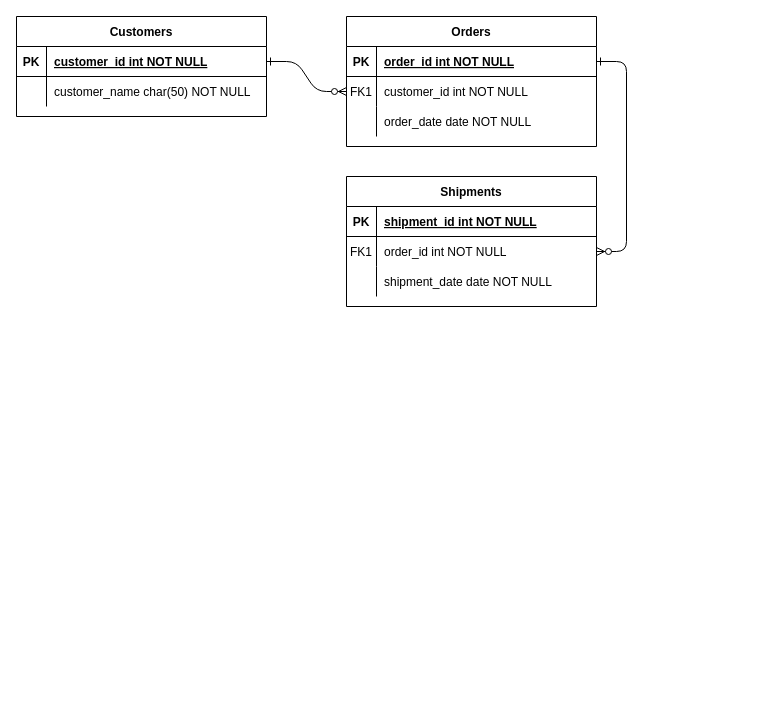
Camburgaler/dark-souls-char-sheet keeps this draw.io diagram as docs/Untitled Diagram.drawio. Above is the earlier version. Source tidied: cells renumbered, new cells numbered last; positions are measured from the earlier drawing's top-left corner, leaving out a move shared by most shapes. Both pictures are drawn from the tidied source at 100%, with x=0, y=0 at pixel (16, 16).
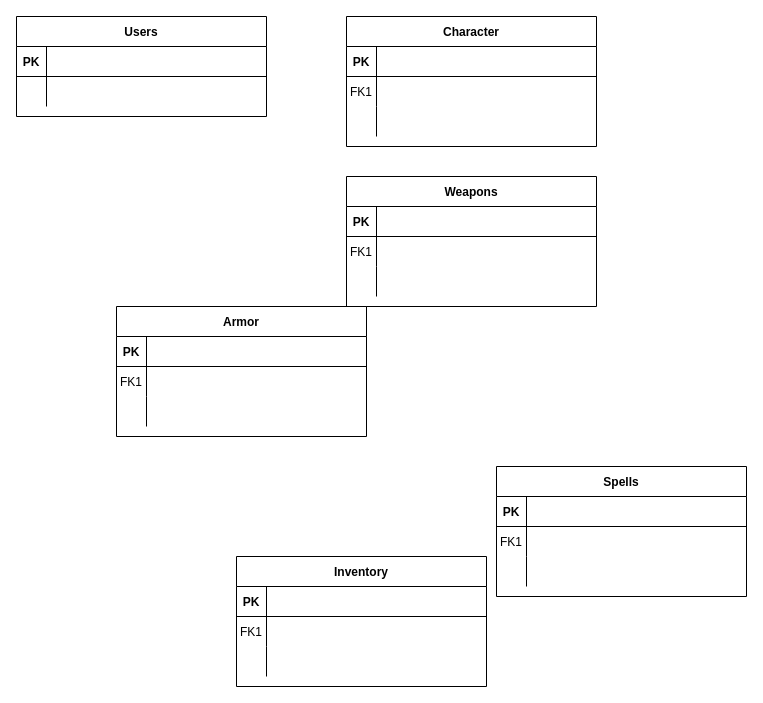
The same page after the edit.

Unchanged cells that the change refers to:
```xml
<mxCell id="5" style="shape=partialRectangle;fillColor=none;points=[[0,0.5],[1,0.5]];portConstraint=eastwest;top=0;left=0;right=0;bottom=1;" parent="4" vertex="1">
  <mxGeometry y="30" width="250" height="30" as="geometry" />
</mxCell>
<mxCell id="8" style="shape=partialRectangle;fillColor=none;points=[[0,0.5],[1,0.5]];portConstraint=eastwest;top=0;left=0;right=0;bottom=0;" parent="4" vertex="1">
  <mxGeometry y="60" width="250" height="30" as="geometry" />
</mxCell>
<mxCell id="11" style="shape=partialRectangle;fillColor=none;top=0;left=0;right=0;bottom=0;" parent="4" vertex="1">
  <mxGeometry y="90" width="250" height="30" as="geometry" />
</mxCell>
<mxCell id="15" style="shape=partialRectangle;fillColor=none;top=0;left=0;right=0;bottom=1;" parent="14" vertex="1">
  <mxGeometry y="30" width="250" height="30" as="geometry" />
</mxCell>
<mxCell id="18" style="shape=partialRectangle;fillColor=none;points=[[0,0.5],[1,0.5]];portConstraint=eastwest;top=0;left=0;right=0;bottom=0;" parent="14" vertex="1">
  <mxGeometry y="60" width="250" height="30" as="geometry" />
</mxCell>
<mxCell id="21" style="shape=partialRectangle;fillColor=none;top=0;left=0;right=0;bottom=0;" parent="14" vertex="1">
  <mxGeometry y="90" width="250" height="30" as="geometry" />
</mxCell>
<mxCell id="25" style="shape=partialRectangle;fillColor=none;points=[[0,0.5],[1,0.5]];portConstraint=eastwest;top=0;left=0;right=0;bottom=1;" parent="24" vertex="1">
  <mxGeometry y="30" width="250" height="30" as="geometry" />
</mxCell>
<mxCell id="28" style="shape=partialRectangle;fillColor=none;top=0;left=0;right=0;bottom=0;" parent="24" vertex="1">
  <mxGeometry y="60" width="250" height="30" as="geometry" />
</mxCell>
```

The edit, as a diff of the source:
```diff
@@
-    <mxCell id="2" style="edgeStyle=entityRelationEdgeStyle;endArrow=ERzeroToMany;startArrow=ERone;endFill=1;startFill=0;" parent="1" edge="1" source="25" target="8">
-      <mxGeometry relative="1" as="geometry" />
-    </mxCell>
-    <mxCell id="3" style="edgeStyle=entityRelationEdgeStyle;endArrow=ERzeroToMany;startArrow=ERone;endFill=1;startFill=0;" parent="1" edge="1" source="5" target="18">
-      <mxGeometry relative="1" as="geometry" />
-    </mxCell>
-    <mxCell id="4" value="Orders" style="shape=table;startSize=30;childLayout=tableLayout;rowLines=0;fontStyle=1;align=center;" parent="1" vertex="1">
+    <mxCell id="4" value="Character" style="shape=table;startSize=30;childLayout=tableLayout;rowLines=0;fontStyle=1;align=center;" parent="1" vertex="1">
       <mxGeometry x="330" width="250" height="130" as="geometry" />
     </mxCell>
@@
-    <mxCell id="7" value="order_id int NOT NULL " style="shape=partialRectangle;overflow=hidden;fillColor=none;top=0;left=0;bottom=0;right=0;align=left;spacingLeft=6;fontStyle=5;" parent="5" vertex="1">
+    <mxCell id="7" style="shape=partialRectangle;overflow=hidden;fillColor=none;top=0;left=0;bottom=0;right=0;align=left;spacingLeft=6;fontStyle=5;" parent="5" vertex="1">
       <mxGeometry x="30" width="220" height="30" as="geometry" />
     </mxCell>
@@
-    <mxCell id="10" value="customer_id int NOT NULL" style="shape=partialRectangle;overflow=hidden;fillColor=none;top=0;left=0;bottom=0;right=0;align=left;spacingLeft=6;" parent="8" vertex="1">
+    <mxCell id="10" style="shape=partialRectangle;overflow=hidden;fillColor=none;top=0;left=0;bottom=0;right=0;align=left;spacingLeft=6;" parent="8" vertex="1">
       <mxGeometry x="30" width="220" height="30" as="geometry" />
     </mxCell>
@@
-    <mxCell id="13" value="order_date date NOT NULL" style="shape=partialRectangle;overflow=hidden;fillColor=none;top=0;left=0;bottom=0;right=0;align=left;spacingLeft=6;" parent="11" vertex="1">
+    <mxCell id="13" style="shape=partialRectangle;overflow=hidden;fillColor=none;top=0;left=0;bottom=0;right=0;align=left;spacingLeft=6;" parent="11" vertex="1">
       <mxGeometry x="30" width="220" height="30" as="geometry" />
     </mxCell>
-    <mxCell id="14" value="Shipments" style="shape=table;startSize=30;childLayout=tableLayout;rowLines=0;fontStyle=1;align=center;" parent="1" vertex="1">
+    <mxCell id="14" value="Weapons" style="shape=table;startSize=30;childLayout=tableLayout;rowLines=0;fontStyle=1;align=center;" parent="1" vertex="1">
       <mxGeometry x="330" y="160" width="250" height="130" as="geometry" />
     </mxCell>
@@
-    <mxCell id="17" value="shipment_id int NOT NULL " style="shape=partialRectangle;overflow=hidden;fillColor=none;top=0;left=0;bottom=0;right=0;align=left;spacingLeft=6;fontStyle=5;" parent="15" vertex="1">
+    <mxCell id="17" style="shape=partialRectangle;overflow=hidden;fillColor=none;top=0;left=0;bottom=0;right=0;align=left;spacingLeft=6;fontStyle=5;" parent="15" vertex="1">
       <mxGeometry x="30" width="220" height="30" as="geometry" />
     </mxCell>
@@
-    <mxCell id="20" value="order_id int NOT NULL" style="shape=partialRectangle;overflow=hidden;fillColor=none;top=0;left=0;bottom=0;right=0;align=left;spacingLeft=6;" parent="18" vertex="1">
+    <mxCell id="20" style="shape=partialRectangle;overflow=hidden;fillColor=none;top=0;left=0;bottom=0;right=0;align=left;spacingLeft=6;" parent="18" vertex="1">
       <mxGeometry x="30" width="220" height="30" as="geometry" />
     </mxCell>
@@
-    <mxCell id="23" value="shipment_date date NOT NULL" style="shape=partialRectangle;overflow=hidden;fillColor=none;top=0;left=0;bottom=0;right=0;align=left;spacingLeft=6;" parent="21" vertex="1">
+    <mxCell id="23" style="shape=partialRectangle;overflow=hidden;fillColor=none;top=0;left=0;bottom=0;right=0;align=left;spacingLeft=6;" parent="21" vertex="1">
       <mxGeometry x="30" width="220" height="30" as="geometry" />
     </mxCell>
-    <mxCell id="24" value="Customers" style="shape=table;startSize=30;childLayout=tableLayout;rowLines=0;fontStyle=1;align=center;" parent="1" vertex="1">
+    <mxCell id="24" value="Users" style="shape=table;startSize=30;childLayout=tableLayout;rowLines=0;fontStyle=1;align=center;" parent="1" vertex="1">
       <mxGeometry width="250" height="100" as="geometry" />
     </mxCell>
@@
-    <mxCell id="27" value="customer_id int NOT NULL " style="shape=partialRectangle;overflow=hidden;fillColor=none;top=0;left=0;bottom=0;right=0;align=left;spacingLeft=6;fontStyle=5;" parent="25" vertex="1">
+    <mxCell id="27" style="shape=partialRectangle;overflow=hidden;fillColor=none;top=0;left=0;bottom=0;right=0;align=left;spacingLeft=6;fontStyle=5;" parent="25" vertex="1">
       <mxGeometry x="30" width="220" height="30" as="geometry" />
     </mxCell>
@@
-    <mxCell id="30" value="customer_name char(50) NOT NULL" style="shape=partialRectangle;overflow=hidden;fillColor=none;top=0;left=0;bottom=0;right=0;align=left;spacingLeft=6;" parent="28" vertex="1">
+    <mxCell id="30" style="shape=partialRectangle;overflow=hidden;fillColor=none;top=0;left=0;bottom=0;right=0;align=left;spacingLeft=6;" parent="28" vertex="1">
       <mxGeometry x="30" width="220" height="30" as="geometry" />
     </mxCell>
+    <mxCell id="31" value="Armor" style="shape=table;startSize=30;childLayout=tableLayout;rowLines=0;fontStyle=1;align=center;" parent="1" vertex="1">
+      <mxGeometry x="100" y="290" width="250" height="130" as="geometry" />
+    </mxCell>
+    <mxCell id="32" style="shape=partialRectangle;fillColor=none;top=0;left=0;right=0;bottom=1;" parent="31" vertex="1">
+      <mxGeometry y="30" width="250" height="30" as="geometry" />
+    </mxCell>
+    <mxCell id="33" value="PK" style="shape=partialRectangle;overflow=hidden;fillColor=none;top=0;left=0;bottom=0;right=0;fontStyle=1;" parent="32" vertex="1">
+      <mxGeometry width="30" height="30" as="geometry" />
+    </mxCell>
+    <mxCell id="34" style="shape=partialRectangle;overflow=hidden;fillColor=none;top=0;left=0;bottom=0;right=0;align=left;spacingLeft=6;fontStyle=5;" parent="32" vertex="1">
+      <mxGeometry x="30" width="220" height="30" as="geometry" />
+    </mxCell>
+    <mxCell id="35" style="shape=partialRectangle;fillColor=none;top=0;left=0;right=0;bottom=0;" parent="31" vertex="1">
+      <mxGeometry y="60" width="250" height="30" as="geometry" />
+    </mxCell>
+    <mxCell id="36" value="FK1" style="shape=partialRectangle;overflow=hidden;fillColor=none;top=0;left=0;bottom=0;right=0;" parent="35" vertex="1">
+      <mxGeometry width="30" height="30" as="geometry" />
+    </mxCell>
+    <mxCell id="37" style="shape=partialRectangle;overflow=hidden;fillColor=none;top=0;left=0;bottom=0;right=0;align=left;spacingLeft=6;" parent="35" vertex="1">
+      <mxGeometry x="30" width="220" height="30" as="geometry" />
+    </mxCell>
+    <mxCell id="38" style="shape=partialRectangle;fillColor=none;top=0;left=0;right=0;bottom=0;" parent="31" vertex="1">
+      <mxGeometry y="90" width="250" height="30" as="geometry" />
+    </mxCell>
+    <mxCell id="39" style="shape=partialRectangle;overflow=hidden;fillColor=none;top=0;left=0;bottom=0;right=0;" parent="38" vertex="1">
+      <mxGeometry width="30" height="30" as="geometry" />
+    </mxCell>
+    <mxCell id="40" style="shape=partialRectangle;overflow=hidden;fillColor=none;top=0;left=0;bottom=0;right=0;align=left;spacingLeft=6;" parent="38" vertex="1">
+      <mxGeometry x="30" width="220" height="30" as="geometry" />
+    </mxCell>
+    <mxCell id="41" value="Spells" style="shape=table;startSize=30;childLayout=tableLayout;rowLines=0;fontStyle=1;align=center;" parent="1" vertex="1">
+      <mxGeometry x="480" y="450" width="250" height="130" as="geometry" />
+    </mxCell>
+    <mxCell id="42" style="shape=partialRectangle;fillColor=none;top=0;left=0;right=0;bottom=1;" parent="41" vertex="1">
+      <mxGeometry y="30" width="250" height="30" as="geometry" />
+    </mxCell>
+    <mxCell id="43" value="PK" style="shape=partialRectangle;overflow=hidden;fillColor=none;top=0;left=0;bottom=0;right=0;fontStyle=1;" parent="42" vertex="1">
+      <mxGeometry width="30" height="30" as="geometry" />
+    </mxCell>
+    <mxCell id="44" style="shape=partialRectangle;overflow=hidden;fillColor=none;top=0;left=0;bottom=0;right=0;align=left;spacingLeft=6;fontStyle=5;" parent="42" vertex="1">
+      <mxGeometry x="30" width="220" height="30" as="geometry" />
+    </mxCell>
+    <mxCell id="45" style="shape=partialRectangle;fillColor=none;top=0;left=0;right=0;bottom=0;" parent="41" vertex="1">
+      <mxGeometry y="60" width="250" height="30" as="geometry" />
+    </mxCell>
+    <mxCell id="46" value="FK1" style="shape=partialRectangle;overflow=hidden;fillColor=none;top=0;left=0;bottom=0;right=0;" parent="45" vertex="1">
+      <mxGeometry width="30" height="30" as="geometry" />
+    </mxCell>
+    <mxCell id="47" style="shape=partialRectangle;overflow=hidden;fillColor=none;top=0;left=0;bottom=0;right=0;align=left;spacingLeft=6;" parent="45" vertex="1">
+      <mxGeometry x="30" width="220" height="30" as="geometry" />
+    </mxCell>
+    <mxCell id="48" style="shape=partialRectangle;fillColor=none;top=0;left=0;right=0;bottom=0;" parent="41" vertex="1">
+      <mxGeometry y="90" width="250" height="30" as="geometry" />
+    </mxCell>
+    <mxCell id="49" style="shape=partialRectangle;overflow=hidden;fillColor=none;top=0;left=0;bottom=0;right=0;" parent="48" vertex="1">
+      <mxGeometry width="30" height="30" as="geometry" />
+    </mxCell>
+    <mxCell id="50" style="shape=partialRectangle;overflow=hidden;fillColor=none;top=0;left=0;bottom=0;right=0;align=left;spacingLeft=6;" parent="48" vertex="1">
+      <mxGeometry x="30" width="220" height="30" as="geometry" />
+    </mxCell>
+    <mxCell id="51" value="Inventory" style="shape=table;startSize=30;childLayout=tableLayout;rowLines=0;fontStyle=1;align=center;" parent="1" vertex="1">
+      <mxGeometry x="220" y="540" width="250" height="130" as="geometry" />
+    </mxCell>
+    <mxCell id="52" style="shape=partialRectangle;fillColor=none;top=0;left=0;right=0;bottom=1;" parent="51" vertex="1">
+      <mxGeometry y="30" width="250" height="30" as="geometry" />
+    </mxCell>
+    <mxCell id="53" value="PK" style="shape=partialRectangle;overflow=hidden;fillColor=none;top=0;left=0;bottom=0;right=0;fontStyle=1;" parent="52" vertex="1">
+      <mxGeometry width="30" height="30" as="geometry" />
+    </mxCell>
+    <mxCell id="54" style="shape=partialRectangle;overflow=hidden;fillColor=none;top=0;left=0;bottom=0;right=0;align=left;spacingLeft=6;fontStyle=5;" parent="52" vertex="1">
+      <mxGeometry x="30" width="220" height="30" as="geometry" />
+    </mxCell>
+    <mxCell id="55" style="shape=partialRectangle;fillColor=none;top=0;left=0;right=0;bottom=0;" parent="51" vertex="1">
+      <mxGeometry y="60" width="250" height="30" as="geometry" />
+    </mxCell>
+    <mxCell id="56" value="FK1" style="shape=partialRectangle;overflow=hidden;fillColor=none;top=0;left=0;bottom=0;right=0;" parent="55" vertex="1">
+      <mxGeometry width="30" height="30" as="geometry" />
+    </mxCell>
+    <mxCell id="57" style="shape=partialRectangle;overflow=hidden;fillColor=none;top=0;left=0;bottom=0;right=0;align=left;spacingLeft=6;" parent="55" vertex="1">
+      <mxGeometry x="30" width="220" height="30" as="geometry" />
+    </mxCell>
+    <mxCell id="58" style="shape=partialRectangle;fillColor=none;top=0;left=0;right=0;bottom=0;" parent="51" vertex="1">
+      <mxGeometry y="90" width="250" height="30" as="geometry" />
+    </mxCell>
+    <mxCell id="59" style="shape=partialRectangle;overflow=hidden;fillColor=none;top=0;left=0;bottom=0;right=0;" parent="58" vertex="1">
+      <mxGeometry width="30" height="30" as="geometry" />
+    </mxCell>
+    <mxCell id="60" style="shape=partialRectangle;overflow=hidden;fillColor=none;top=0;left=0;bottom=0;right=0;align=left;spacingLeft=6;" parent="58" vertex="1">
+      <mxGeometry x="30" width="220" height="30" as="geometry" />
+    </mxCell>
```
